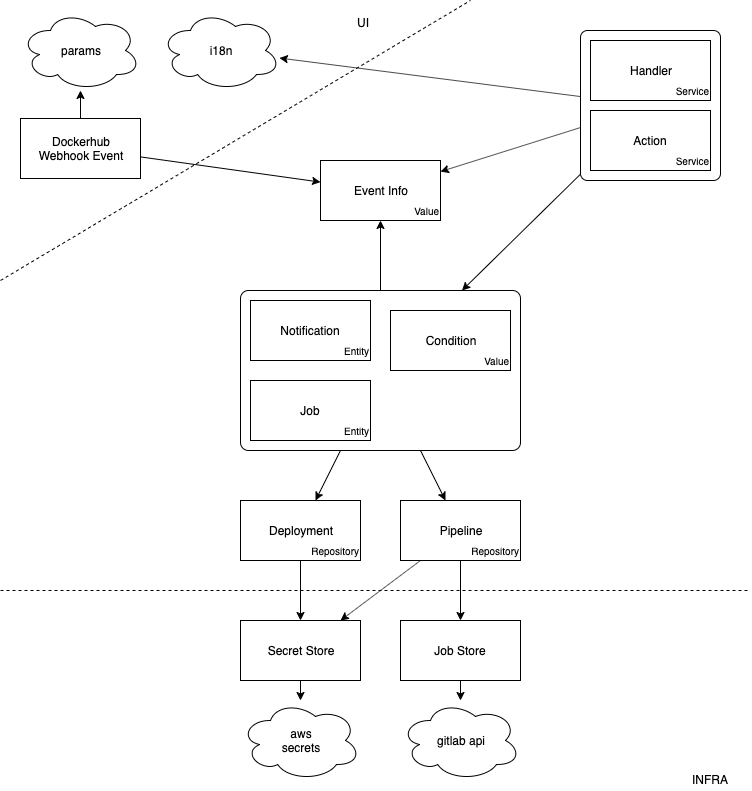
This is static/docs/psycher/dockerhub/abstract.png from getto-systems/docs, a draw.io export, as it was before one commit. Source tidied: cells renumbered, new cells last; positions are measured from the earlier drawing's top-left corner, leaving out a move shared by most shapes. Source of this version:
```xml
<mxGraphModel>
  <root>
    <mxCell id="0" />
    <mxCell id="1" parent="0" />
    <mxCell id="2" style="endArrow=classic;html=1;" parent="1" edge="1" source="11" target="35">
      <mxGeometry relative="1" as="geometry" />
    </mxCell>
    <mxCell id="3" value="Dockerhub&lt;br&gt;Webhook Event" style="rounded=0;whiteSpace=wrap;html=1;fillColor=#ffffff;" parent="1" vertex="1">
      <mxGeometry x="20" y="118" width="120" height="60" as="geometry" />
    </mxCell>
    <mxCell id="4" style="endArrow=classic;html=1;" parent="1" edge="1" source="3" target="35">
      <mxGeometry relative="1" as="geometry" />
    </mxCell>
    <mxCell id="5" value="params" style="ellipse;shape=cloud;whiteSpace=wrap;html=1;fillColor=#ffffff;" parent="1" vertex="1">
      <mxGeometry x="20" y="10" width="120" height="80" as="geometry" />
    </mxCell>
    <mxCell id="6" style="endArrow=classic;html=1;" parent="1" edge="1" source="3" target="5">
      <mxGeometry relative="1" as="geometry" />
    </mxCell>
    <mxCell id="7" style="endArrow=classic;html=1;" parent="1" edge="1" source="27" target="35">
      <mxGeometry relative="1" as="geometry" />
    </mxCell>
    <mxCell id="8" value="i18n" style="ellipse;shape=cloud;whiteSpace=wrap;html=1;fillColor=none;" parent="1" vertex="1">
      <mxGeometry x="160" y="10" width="120" height="80" as="geometry" />
    </mxCell>
    <mxCell id="9" style="endArrow=classic;html=1;" parent="1" edge="1" source="11" target="8">
      <mxGeometry relative="1" as="geometry" />
    </mxCell>
    <mxCell id="10" style="endArrow=classic;html=1;" parent="1" edge="1" source="11" target="27">
      <mxGeometry relative="1" as="geometry" />
    </mxCell>
    <mxCell id="11" style="rounded=1;whiteSpace=wrap;html=1;fillColor=none;arcSize=5;" parent="1" vertex="1">
      <mxGeometry x="580" y="30" width="140" height="150" as="geometry" />
    </mxCell>
    <mxCell id="12" style="endArrow=none;dashed=1;html=1;" parent="1" edge="1">
      <mxGeometry relative="1" as="geometry">
        <mxPoint y="280" as="sourcePoint" />
        <mxPoint x="470" as="targetPoint" />
      </mxGeometry>
    </mxCell>
    <mxCell id="13" value="UI" style="text;html=1;align=left;verticalAlign=top;spacingTop=-4;" parent="1" vertex="1">
      <mxGeometry x="355" y="13" width="30" height="20" as="geometry" />
    </mxCell>
    <mxCell id="14" value="Secret Store" style="rounded=0;whiteSpace=wrap;html=1;fillColor=#ffffff;" parent="1" vertex="1">
      <mxGeometry x="240" y="620" width="120" height="60" as="geometry" />
    </mxCell>
    <mxCell id="15" value="Job Store" style="rounded=0;whiteSpace=wrap;html=1;fillColor=#ffffff;" parent="1" vertex="1">
      <mxGeometry x="400" y="620" width="120" height="60" as="geometry" />
    </mxCell>
    <mxCell id="16" style="endArrow=classic;html=1;" parent="1" edge="1" source="50" target="14">
      <mxGeometry relative="1" as="geometry" />
    </mxCell>
    <mxCell id="17" style="endArrow=classic;html=1;" parent="1" edge="1" source="50" target="15">
      <mxGeometry relative="1" as="geometry" />
    </mxCell>
    <mxCell id="18" style="endArrow=none;dashed=1;html=1;" parent="1" edge="1">
      <mxGeometry relative="1" as="geometry">
        <mxPoint y="590" as="sourcePoint" />
        <mxPoint x="750" y="590" as="targetPoint" />
      </mxGeometry>
    </mxCell>
    <mxCell id="19" value="INFRA" style="text;html=1;align=right;verticalAlign=top;spacingTop=-4;" parent="1" vertex="1">
      <mxGeometry x="680" y="770" width="50" height="20" as="geometry" />
    </mxCell>
    <mxCell id="20" value="gitlab api" style="ellipse;shape=cloud;whiteSpace=wrap;html=1;fillColor=#ffffff;" parent="1" vertex="1">
      <mxGeometry x="400" y="700" width="120" height="80" as="geometry" />
    </mxCell>
    <mxCell id="21" value="aws&lt;br&gt;secrets" style="ellipse;shape=cloud;whiteSpace=wrap;html=1;fillColor=#ffffff;" parent="1" vertex="1">
      <mxGeometry x="240" y="700" width="120" height="80" as="geometry" />
    </mxCell>
    <mxCell id="22" style="endArrow=classic;html=1;" parent="1" edge="1" source="14" target="21">
      <mxGeometry relative="1" as="geometry" />
    </mxCell>
    <mxCell id="23" style="endArrow=classic;html=1;" parent="1" edge="1" source="15" target="20">
      <mxGeometry relative="1" as="geometry" />
    </mxCell>
    <mxCell id="24" style="endArrow=classic;html=1;" parent="1" edge="1" source="27" target="50">
      <mxGeometry relative="1" as="geometry" />
    </mxCell>
    <mxCell id="25" style="endArrow=classic;html=1;" parent="1" edge="1" source="27" target="47">
      <mxGeometry relative="1" as="geometry" />
    </mxCell>
    <mxCell id="26" style="endArrow=classic;html=1;" parent="1" edge="1" source="47" target="14">
      <mxGeometry relative="1" as="geometry" />
    </mxCell>
    <mxCell id="27" style="rounded=1;whiteSpace=wrap;html=1;fillColor=none;arcSize=5;" parent="1" vertex="1">
      <mxGeometry x="240" y="290" width="280" height="160" as="geometry" />
    </mxCell>
    <mxCell id="28" style="group;" parent="1" vertex="1">
      <mxGeometry x="590" y="40" width="120" height="60" as="geometry" />
    </mxCell>
    <mxCell id="29" value="Handler" style="rounded=0;whiteSpace=wrap;html=1;" parent="28" vertex="1">
      <mxGeometry width="120" height="60" as="geometry" />
    </mxCell>
    <mxCell id="30" value="Service" style="text;html=1;strokeColor=none;fillColor=none;align=right;verticalAlign=middle;whiteSpace=wrap;rounded=0;fontSize=10;" parent="28" vertex="1">
      <mxGeometry x="70" y="40" width="50" height="20" as="geometry" />
    </mxCell>
    <mxCell id="31" style="group;" parent="1" vertex="1">
      <mxGeometry x="590" y="110" width="120" height="60" as="geometry" />
    </mxCell>
    <mxCell id="32" value="Action" style="rounded=0;whiteSpace=wrap;html=1;" parent="31" vertex="1">
      <mxGeometry width="120" height="60" as="geometry" />
    </mxCell>
    <mxCell id="33" value="Service" style="text;html=1;strokeColor=none;fillColor=none;align=right;verticalAlign=middle;whiteSpace=wrap;rounded=0;fontSize=10;" parent="31" vertex="1">
      <mxGeometry x="70" y="40" width="50" height="20" as="geometry" />
    </mxCell>
    <mxCell id="34" style="group;" parent="1" vertex="1">
      <mxGeometry x="320" y="160" width="120" height="60" as="geometry" />
    </mxCell>
    <mxCell id="35" value="Event Info" style="rounded=0;whiteSpace=wrap;html=1;fillColor=#ffffff;" parent="34" vertex="1">
      <mxGeometry width="120" height="60" as="geometry" />
    </mxCell>
    <mxCell id="36" value="Value" style="text;html=1;strokeColor=none;fillColor=none;align=right;verticalAlign=middle;whiteSpace=wrap;rounded=0;fontSize=10;" parent="34" vertex="1">
      <mxGeometry x="70" y="40" width="50" height="20" as="geometry" />
    </mxCell>
    <mxCell id="37" style="group;" parent="1" vertex="1">
      <mxGeometry x="250" y="300" width="120" height="60" as="geometry" />
    </mxCell>
    <mxCell id="38" value="Notification" style="rounded=0;whiteSpace=wrap;html=1;fillColor=#ffffff;" parent="37" vertex="1">
      <mxGeometry width="120" height="60" as="geometry" />
    </mxCell>
    <mxCell id="39" value="Entity" style="text;html=1;strokeColor=none;fillColor=none;align=right;verticalAlign=middle;whiteSpace=wrap;rounded=0;fontSize=10;" parent="37" vertex="1">
      <mxGeometry x="70" y="40" width="50" height="20" as="geometry" />
    </mxCell>
    <mxCell id="40" style="group;" parent="1" vertex="1">
      <mxGeometry x="390" y="310" width="120" height="60" as="geometry" />
    </mxCell>
    <mxCell id="41" value="Condition" style="rounded=0;whiteSpace=wrap;html=1;fillColor=#ffffff;" parent="40" vertex="1">
      <mxGeometry width="120" height="60" as="geometry" />
    </mxCell>
    <mxCell id="42" value="Value" style="text;html=1;strokeColor=none;fillColor=none;align=right;verticalAlign=middle;whiteSpace=wrap;rounded=0;fontSize=10;" parent="40" vertex="1">
      <mxGeometry x="70" y="40" width="50" height="20" as="geometry" />
    </mxCell>
    <mxCell id="43" style="group;" parent="1" vertex="1">
      <mxGeometry x="250" y="380" width="120" height="60" as="geometry" />
    </mxCell>
    <mxCell id="44" value="Job" style="rounded=0;whiteSpace=wrap;html=1;fillColor=#ffffff;" parent="43" vertex="1">
      <mxGeometry width="120" height="60" as="geometry" />
    </mxCell>
    <mxCell id="45" value="Entity" style="text;html=1;strokeColor=none;fillColor=none;align=right;verticalAlign=middle;whiteSpace=wrap;rounded=0;fontSize=10;" parent="43" vertex="1">
      <mxGeometry x="70" y="40" width="50" height="20" as="geometry" />
    </mxCell>
    <mxCell id="46" style="group;" parent="1" vertex="1">
      <mxGeometry x="240" y="500" width="120" height="60" as="geometry" />
    </mxCell>
    <mxCell id="47" value="Deployment" style="rounded=0;whiteSpace=wrap;html=1;fillColor=#ffffff;" parent="46" vertex="1">
      <mxGeometry width="120" height="60" as="geometry" />
    </mxCell>
    <mxCell id="48" value="Repository" style="text;html=1;strokeColor=none;fillColor=none;align=right;verticalAlign=middle;whiteSpace=wrap;rounded=0;fontSize=10;" parent="46" vertex="1">
      <mxGeometry x="60" y="40" width="60" height="20" as="geometry" />
    </mxCell>
    <mxCell id="49" style="group;" parent="1" vertex="1">
      <mxGeometry x="400" y="500" width="120" height="60" as="geometry" />
    </mxCell>
    <mxCell id="50" value="Pipeline" style="rounded=0;whiteSpace=wrap;html=1;fillColor=#ffffff;" parent="49" vertex="1">
      <mxGeometry width="120" height="60" as="geometry" />
    </mxCell>
    <mxCell id="51" value="Repository" style="text;html=1;strokeColor=none;fillColor=none;align=right;verticalAlign=middle;whiteSpace=wrap;rounded=0;fontSize=10;" parent="49" vertex="1">
      <mxGeometry x="60" y="40" width="60" height="20" as="geometry" />
    </mxCell>
  </root>
</mxGraphModel>
```
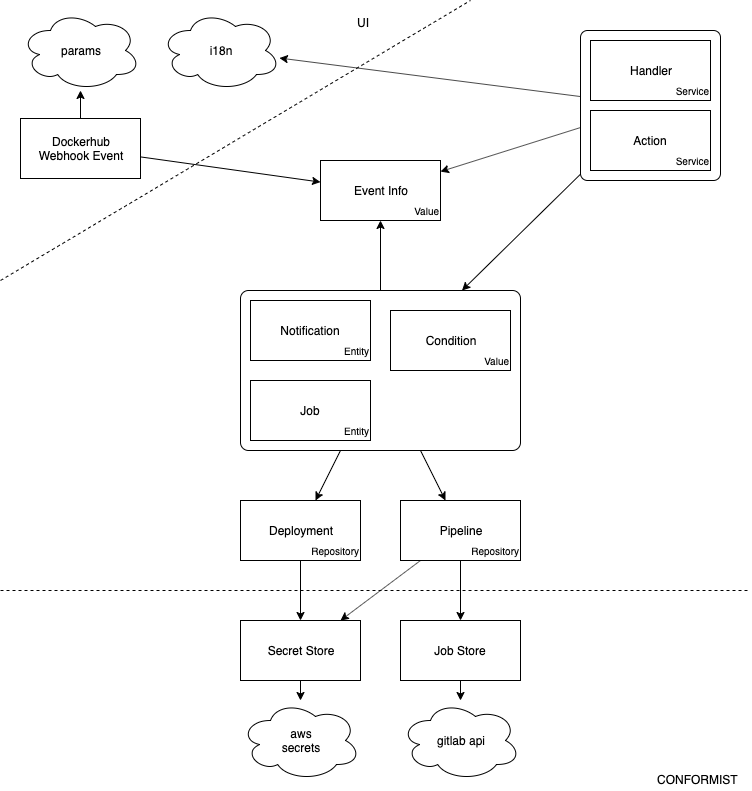
Above is the later version.

The edit, as a diff of the source:
```diff
@@ -59,8 +59,8 @@
         <mxPoint x="750" y="590" as="targetPoint" />
       </mxGeometry>
     </mxCell>
-    <mxCell id="19" value="INFRA" style="text;html=1;align=right;verticalAlign=top;spacingTop=-4;" parent="1" vertex="1">
-      <mxGeometry x="680" y="770" width="50" height="20" as="geometry" />
+    <mxCell id="19" value="CONFORMIST" style="text;html=1;align=right;verticalAlign=top;spacingTop=-4;" parent="1" vertex="1">
+      <mxGeometry x="640" y="770" width="100" height="20" as="geometry" />
     </mxCell>
     <mxCell id="20" value="gitlab api" style="ellipse;shape=cloud;whiteSpace=wrap;html=1;fillColor=#ffffff;" parent="1" vertex="1">
       <mxGeometry x="400" y="700" width="120" height="80" as="geometry" />
```
